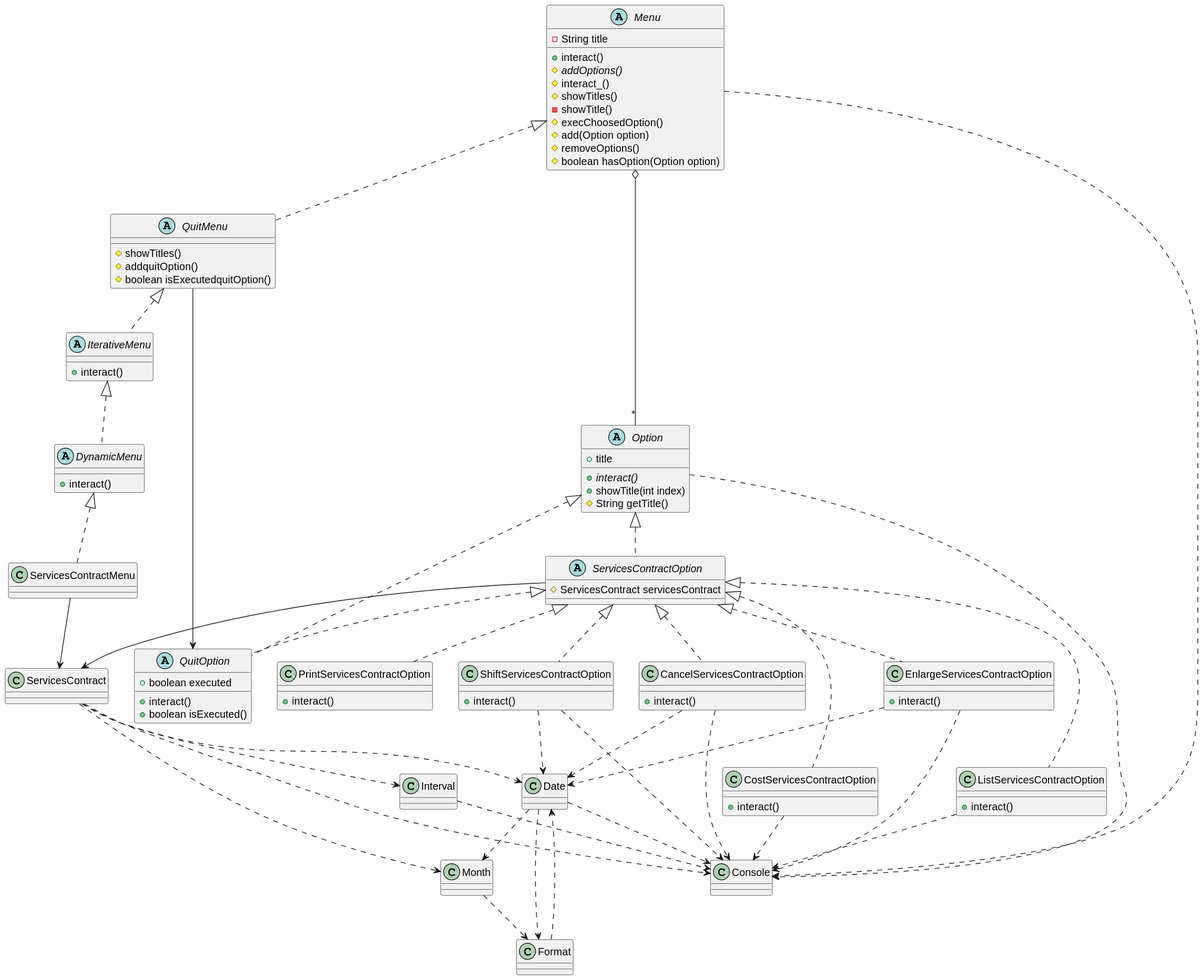
This is tech-java-basada-en-objetos-servicescontract_menu/ServicesContractMenu/src/es/pbover/master/UML/ModeloClases.svg from USantaTecla-ed-mpds/lab-lovalace, a PlantUML export, as it was before one commit.
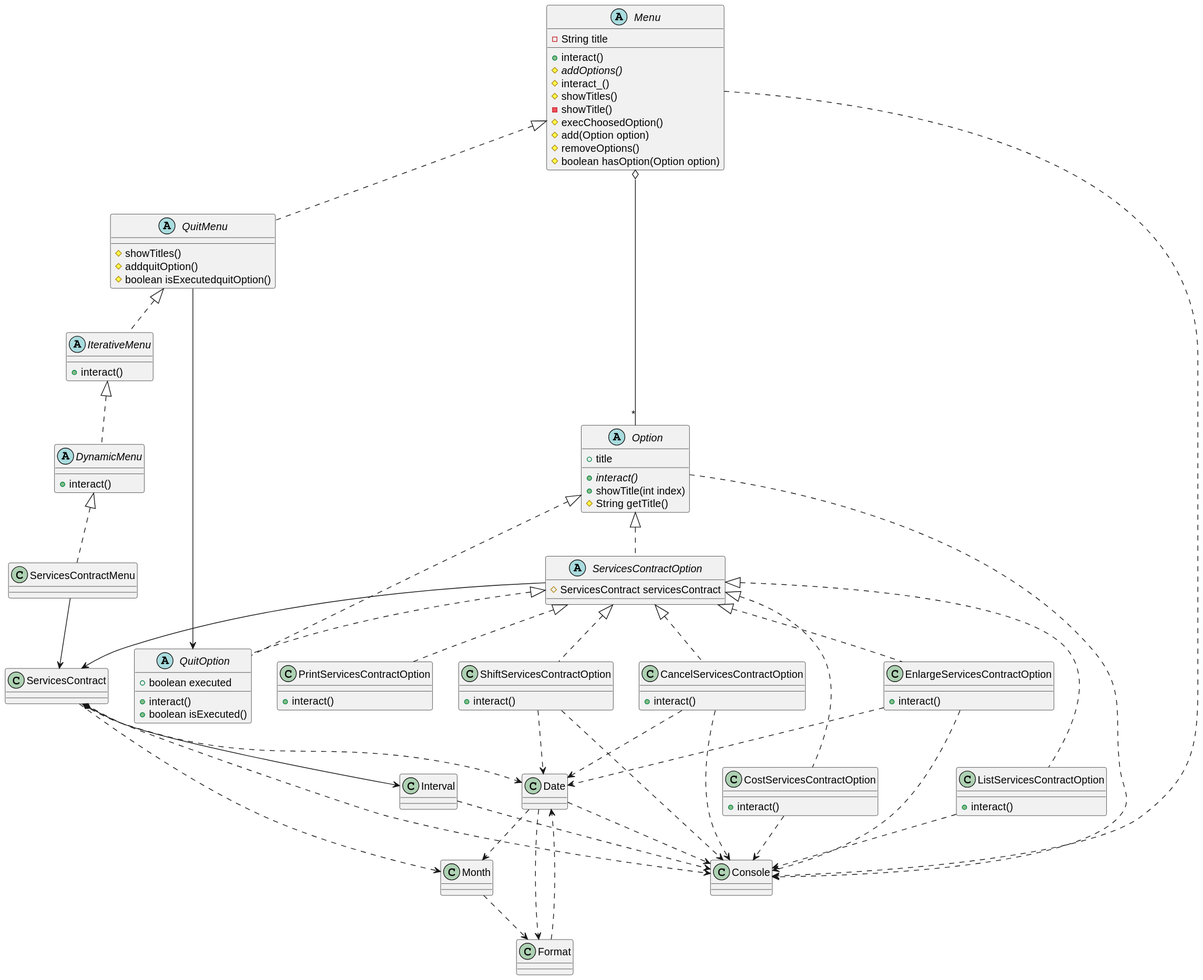
After the change.

Commit message:
Modelo uml corregido agrupación

The edit, as a diff of the source:
```diff
@@ -125,7 +125,7 @@
 Interval ..> Console
 Date ..> Console
 
-ServicesContract ..> Interval
+ServicesContract *--> Interval
 
 Date ..> Month
 ServicesContract ..> Month
```
